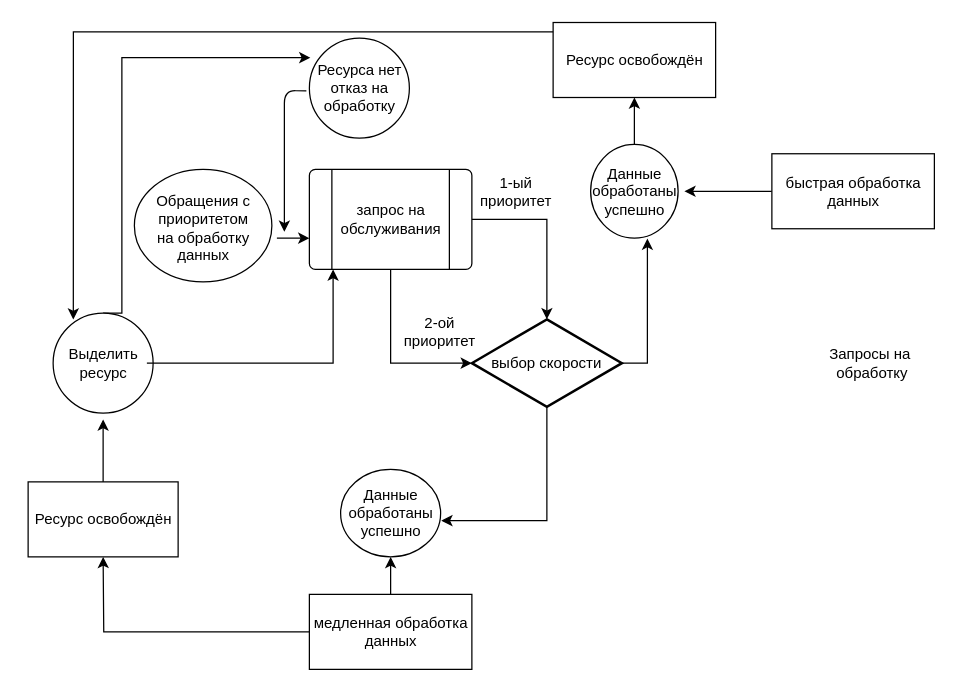
The draw.io diagram Untitled Diagram.drawio in ivanBeginning/goldstein, before the edit. Source tidied: cells renumbered, new cells numbered last; positions are measured from the earlier drawing's top-left corner, leaving out a move shared by most shapes. Both pictures are drawn from the tidied source at 125%, with x=0, y=0 at pixel (21, 21).
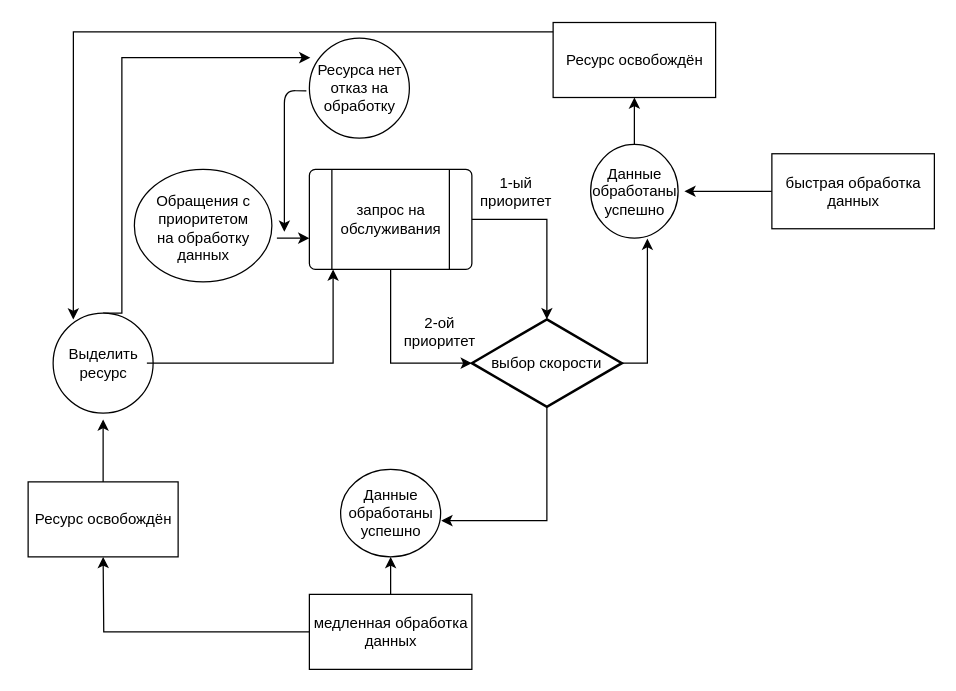
The same diagram, later.

What changed in the source:
```diff
@@
-    <mxCell id="16" value="&lt;br&gt;Запросы на&amp;nbsp;&lt;br&gt;обработку&lt;br&gt;&lt;br&gt;" style="text;html=1;align=center;verticalAlign=middle;fillColor=none;strokeColor=none;rounded=0;" parent="1" vertex="1">
-      <mxGeometry x="640" y="243" width="80" height="60" as="geometry" />
-    </mxCell>
```
